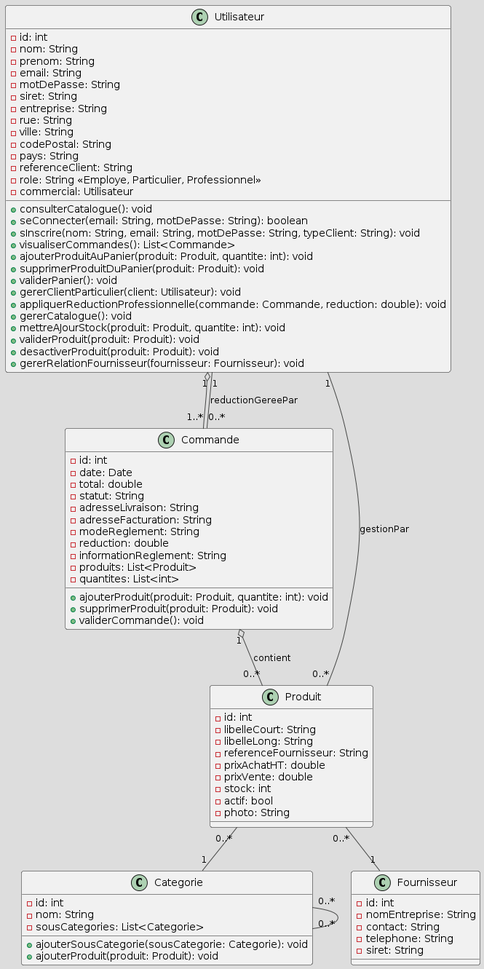
Before: modelisation/diagramme_classe.png, a diagram exported from PlantUML (clemence95/villagegreen).
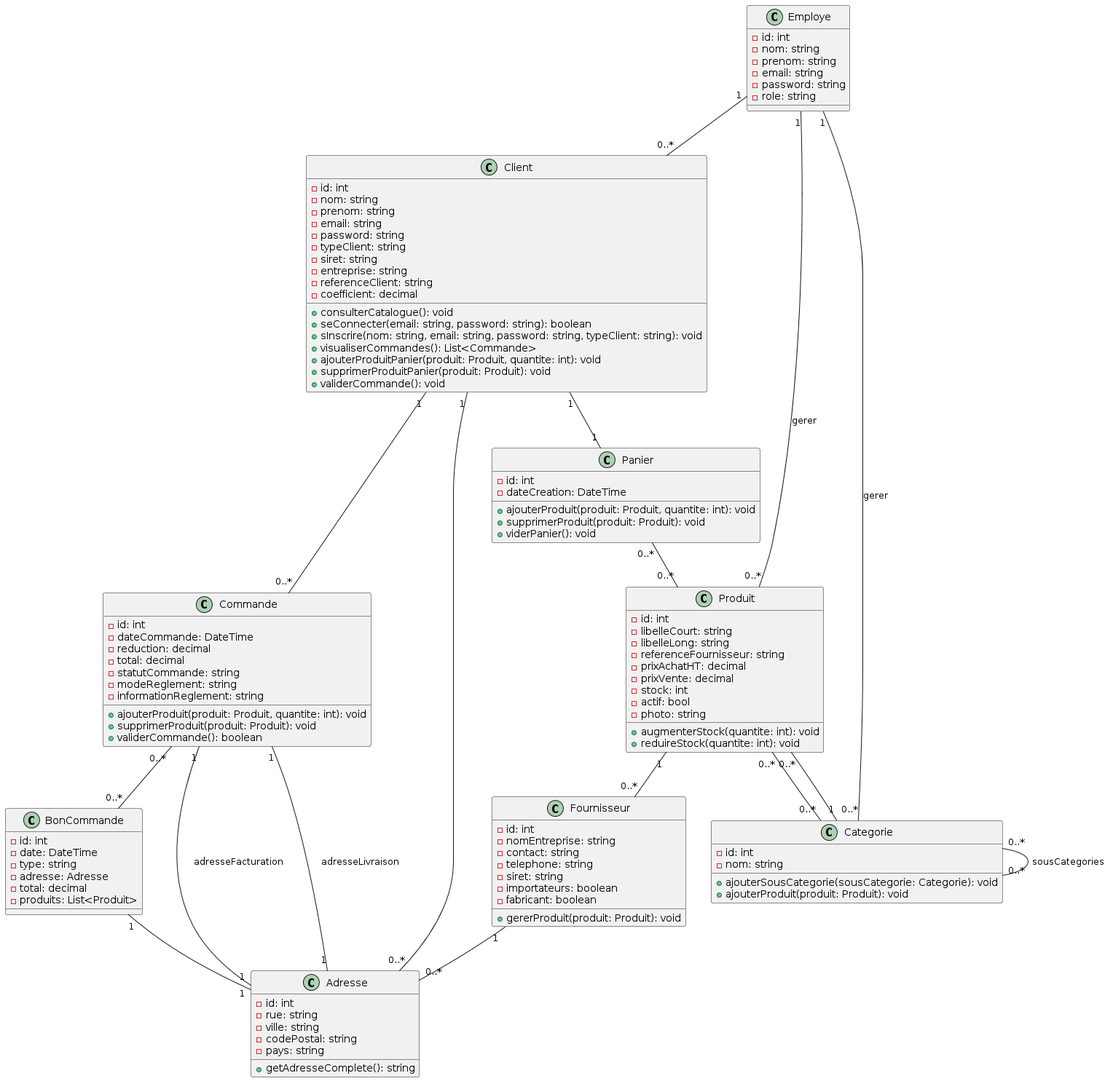
After the commit.

The edit, as a diff of the source:
```diff
@@ -1,87 +1,119 @@
 @startuml
-!theme toy
+class Client {
+    - id: int
+    - nom: string
+    - prenom: string
+    - email: string
+    - password: string
+    - typeClient: string
+    - siret: string
+    - entreprise: string
+    - referenceClient: string
+    - coefficient: decimal
+    + consulterCatalogue(): void
+    + seConnecter(email: string, password: string): boolean
+    + sInscrire(nom: string, email: string, password: string, typeClient: string): void
+    + visualiserCommandes(): List<Commande>
+    + ajouterProduitPanier(produit: Produit, quantite: int): void
+    + supprimerProduitPanier(produit: Produit): void
+    + validerCommande(): void
+}
 
-class Utilisateur {
+class Adresse {
     - id: int
-    - nom: String
-    - prenom: String
-    - email: String
-    - motDePasse: String
-    - siret: String
-    - entreprise: String
-    - rue: String
-    - ville: String
-    - codePostal: String
-    - pays: String
-    - referenceClient: String
-    - role: String <<Employe, Particulier, Professionnel>>
-    - commercial: Utilisateur
-    + consulterCatalogue(): void
-    + seConnecter(email: String, motDePasse: String): boolean
-    + sInscrire(nom: String, email: String, motDePasse: String, typeClient: String): void
-    + visualiserCommandes(): List<Commande>
-    + ajouterProduitAuPanier(produit: Produit, quantite: int): void
-    + supprimerProduitDuPanier(produit: Produit): void
-    + validerPanier(): void
-    + gererClientParticulier(client: Utilisateur): void
-    + appliquerReductionProfessionnelle(commande: Commande, reduction: double): void
-    + gererCatalogue(): void
-    + mettreAJourStock(produit: Produit, quantite: int): void
-    + validerProduit(produit: Produit): void
-    + desactiverProduit(produit: Produit): void
-    + gererRelationFournisseur(fournisseur: Fournisseur): void
+    - rue: string
+    - ville: string
+    - codePostal: string
+    - pays: string
+    + getAdresseComplete(): string
+}
+
+class Employe {
+    - id: int
+    - nom: string
+    - prenom: string
+    - email: string
+    - password: string
+    - role: string
 }
 
 class Produit {
     - id: int
-    - libelleCourt: String
-    - libelleLong: String
-    - referenceFournisseur: String
-    - prixAchatHT: double
-    - prixVente: double
+    - libelleCourt: string
+    - libelleLong: string
+    - referenceFournisseur: string
+    - prixAchatHT: decimal
+    - prixVente: decimal
     - stock: int
     - actif: bool
-    - photo: String
+    - photo: string
+    + augmenterStock(quantite: int): void
+    + reduireStock(quantite: int): void
 }
 
 class Categorie {
     - id: int
-    - nom: String
-    - sousCategories: List<Categorie>
+    - nom: string
     + ajouterSousCategorie(sousCategorie: Categorie): void
     + ajouterProduit(produit: Produit): void
 }
 
 class Fournisseur {
     - id: int
-    - nomEntreprise: String
-    - contact: String
-    - telephone: String
-    - siret: String
+    - nomEntreprise: string
+    - contact: string
+    - telephone: string
+    - siret: string
+    - importateurs: boolean
+    - fabricant: boolean
+    + gererProduit(produit: Produit): void
 }
 
 class Commande {
     - id: int
-    - date: Date
-    - total: double
-    - statut: String
-    - adresseLivraison: String
-    - adresseFacturation: String
-    - modeReglement: String
-    - reduction: double
-    - informationReglement: String
-    - produits: List<Produit>
-    - quantites: List<int>
+    - dateCommande: DateTime
+    - reduction: decimal
+    - total: decimal
+    - statutCommande: string
+    - modeReglement: string
+    - informationReglement: string
     + ajouterProduit(produit: Produit, quantite: int): void
     + supprimerProduit(produit: Produit): void
-    + validerCommande(): void
+    + validerCommande(): boolean
 }
 
-Utilisateur "1" o-- "1..*" Commande
-Commande "0..*" -- "1" Utilisateur : reductionGereePar
-Commande "1" o-- "0..*" Produit : contient
-Produit "0..*" -- "1" Fournisseur
-Produit "0..*" -- "1" Categorie
-Categorie "0..*" -- "0..*" Categorie
-Produit "0..*" -- "1" Utilisateur : gestionPar
+class Panier {
+    - id: int
+    - dateCreation: DateTime
+    + ajouterProduit(produit: Produit, quantite: int): void
+    + supprimerProduit(produit: Produit): void
+    + viderPanier(): void
+}
+
+class BonCommande {
+    - id: int
+    - date: DateTime
+    - type: string
+    - adresse: Adresse
+    - total: decimal
+    - produits: List<Produit>
+}
+
+Client "1" -- "0..*" Commande
+Commande "1" -- "1" Adresse : adresseLivraison
+Commande "1" -- "1" Adresse : adresseFacturation
+Client "1" -- "0..*" Adresse
+Client "1" -- "1" Panier
+Employe "1" -- "0..*" Client
+Employe "1" -- "0..*" Produit : gerer
+Employe "1" -- "0..*" Categorie : gerer
+
+Produit "1" -- "0..*" Fournisseur
+Produit "0..*" -- "0..*" Categorie
+Categorie "0..*" -- "0..*" Categorie : sousCategories
+Categorie "1" -- "0..*" Produit
+Fournisseur "1" -- "0..*" Adresse
+Panier "0..*" -- "0..*" Produit
+Commande "0..*" -- "0..*" BonCommande
+BonCommande "1" -- "1" Adresse
 @enduml
```
